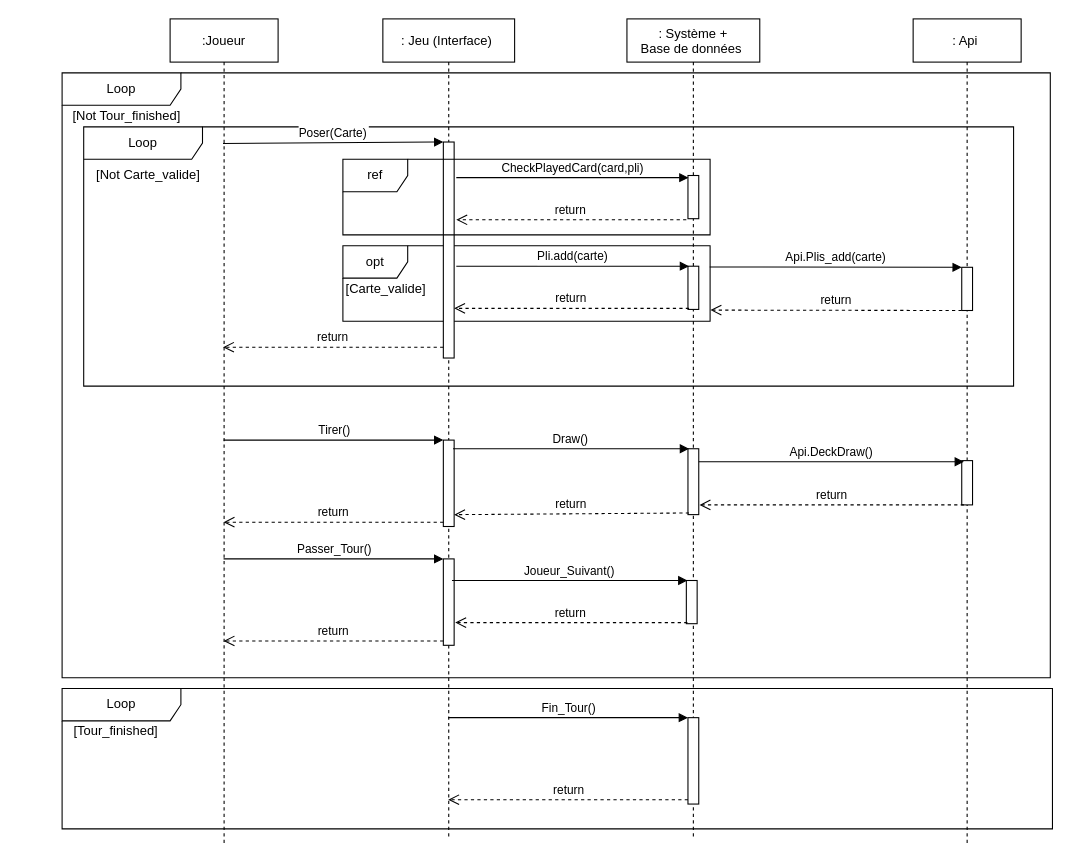
MailineN/ProjetInfo2A keeps this draw.io diagram as Diagrams/Sequence Diagram Playtime.drawio. Above is the earlier version. Source tidied: cells renumbered, new cells numbered last; positions are measured from the earlier drawing's top-left corner, leaving out a move shared by most shapes. Both pictures are drawn from the tidied source at 108%, with x=0, y=0 at pixel (18, 18).
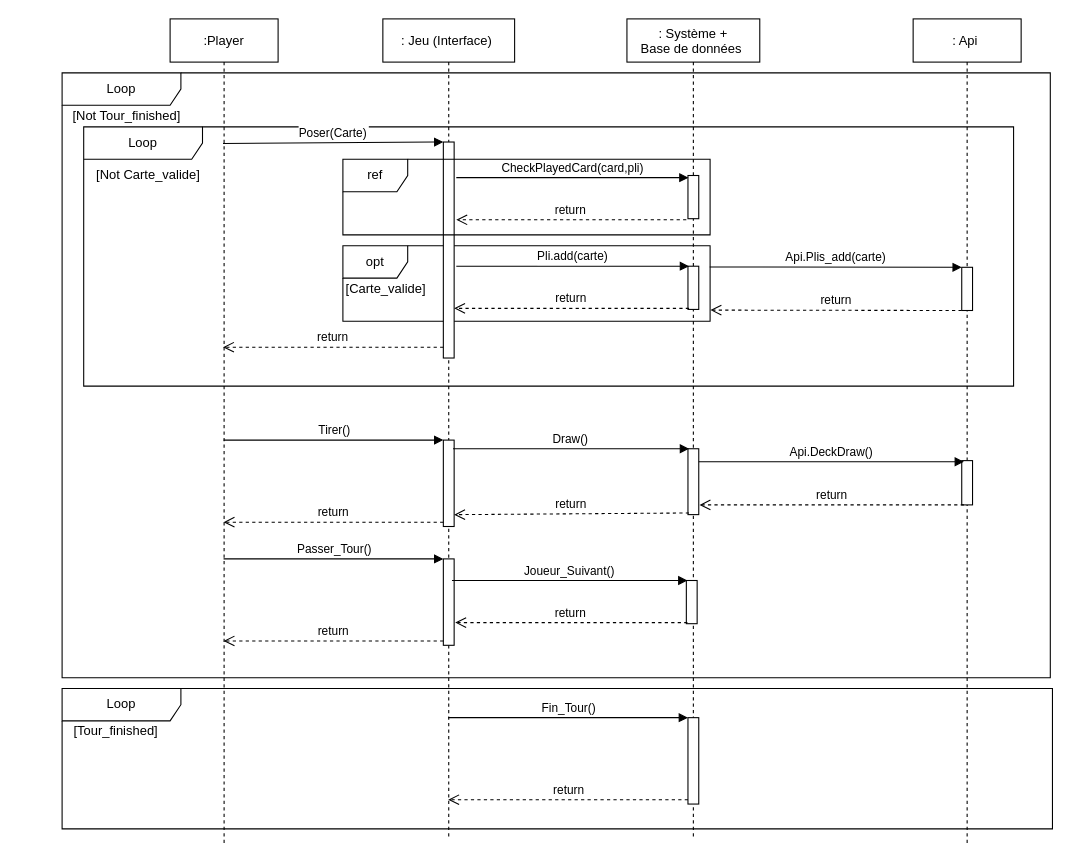
Above is the later version.

The edit, as a diff of the source:
```diff
@@
-    <mxCell id="6" value=":Joueur" style="shape=umlLifeline;perimeter=lifelinePerimeter;rounded=0;shadow=0;strokeWidth=1;" parent="1" vertex="1">
+    <mxCell id="6" value=":Player" style="shape=umlLifeline;perimeter=lifelinePerimeter;rounded=0;shadow=0;strokeWidth=1;" parent="1" vertex="1">
       <mxGeometry x="140" width="100" height="764" as="geometry" />
     </mxCell>
```
